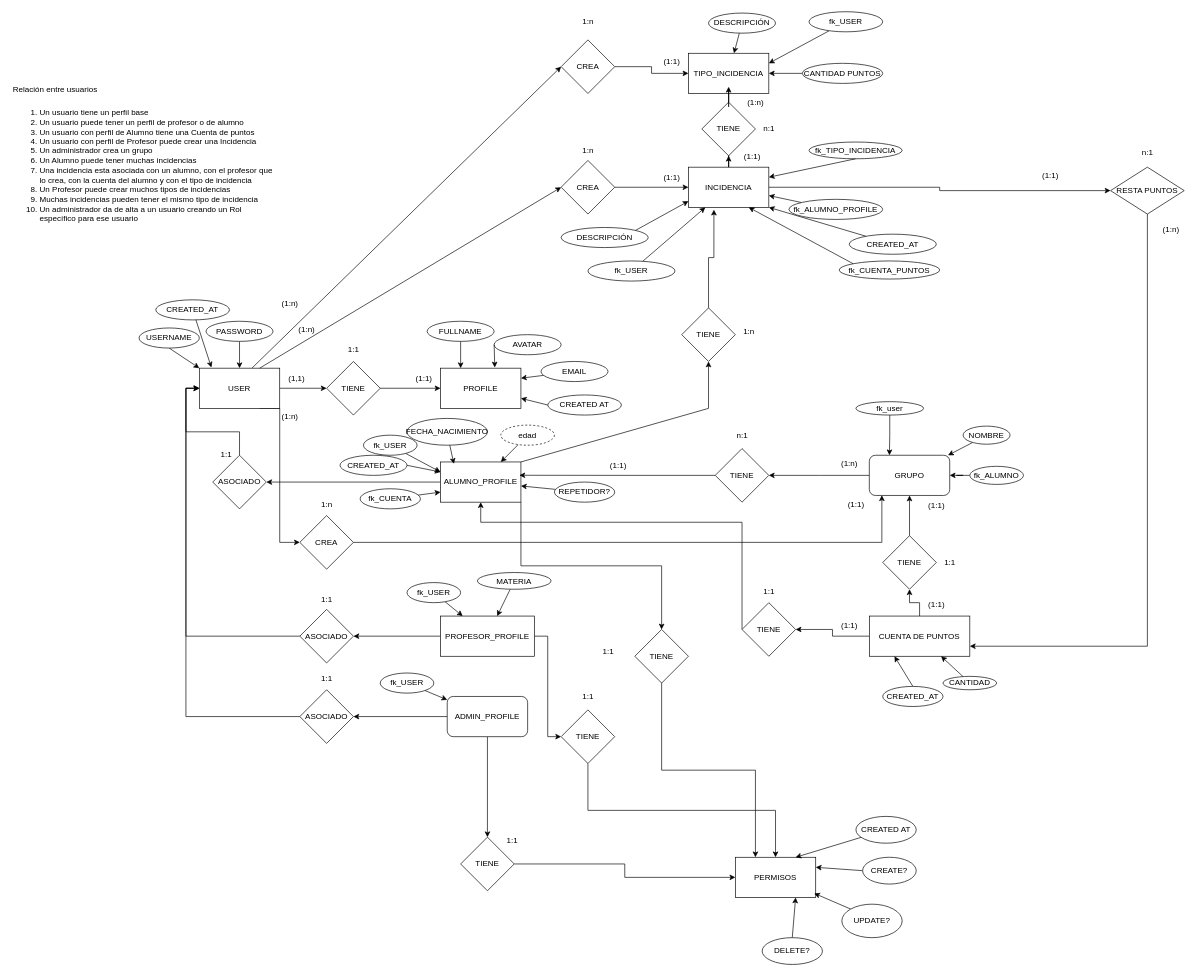
This is DIAGRAMA-CARNET-PUNTOS.drawio from V4l3ntino/api-carnet-puntos, a draw.io file, before an edit. Source tidied: cells renumbered, new cells numbered last; positions are measured from the earlier drawing's top-left corner, leaving out a move shared by most shapes. Both pictures are drawn from the tidied source at 67%, with x=0, y=0 at pixel (11, 11).
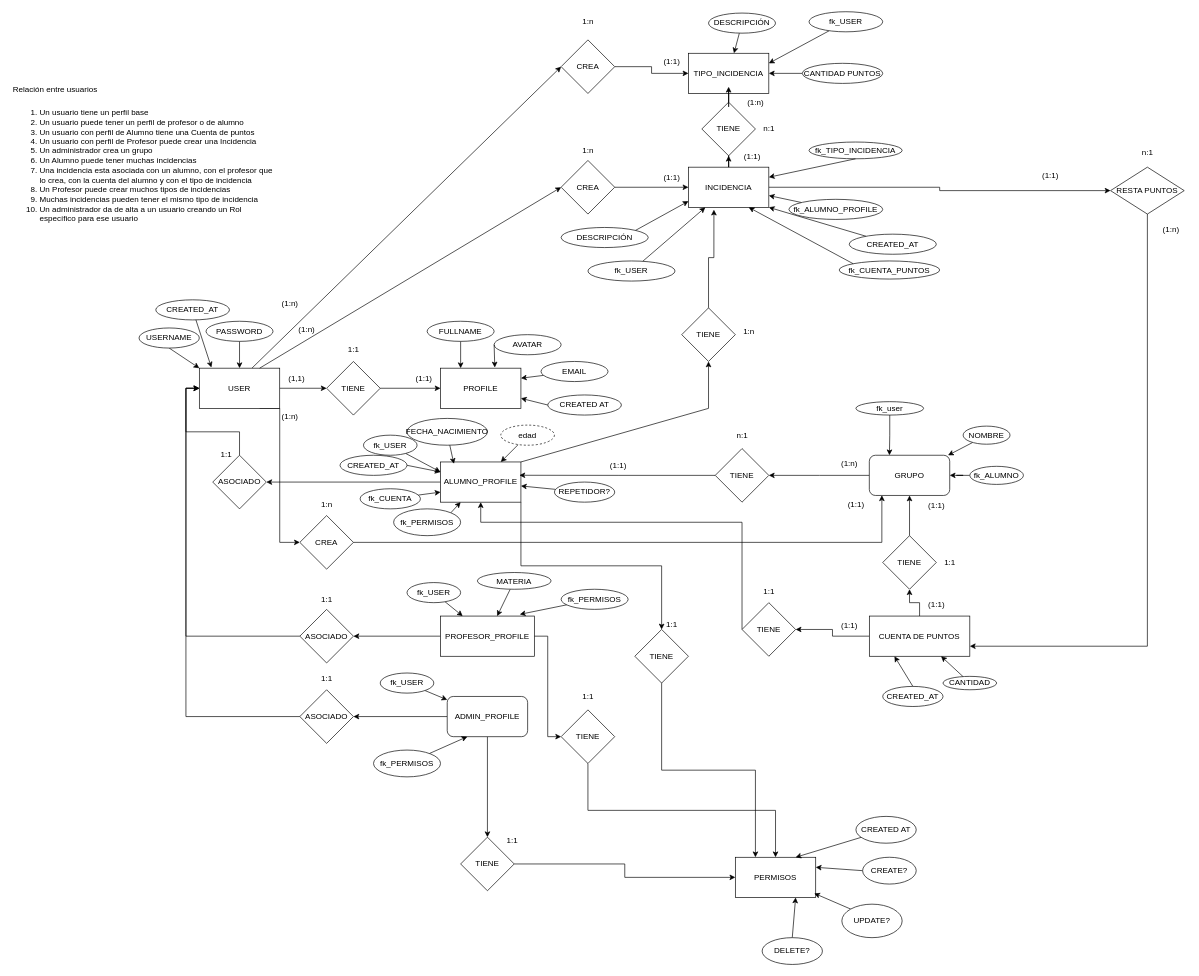
The same diagram, later.

Commit message:
Vinculo los distintos profiles al user y los permisos a los profiles

The change refers to these unchanged cells:
```xml
<mxCell id="25" value="ALUMNO_PROFILE" style="whiteSpace=wrap;html=1;" parent="1" vertex="1">
  <mxGeometry x="640" y="672" width="120" height="60" as="geometry" />
</mxCell>
<mxCell id="28" value="PROFESOR_PROFILE" style="whiteSpace=wrap;html=1;" parent="1" vertex="1">
  <mxGeometry x="640" y="902" width="140" height="60" as="geometry" />
</mxCell>
<mxCell id="41" value="ADMIN_PROFILE" style="rounded=1;whiteSpace=wrap;html=1;" parent="1" vertex="1">
  <mxGeometry x="650" y="1022" width="120" height="60" as="geometry" />
</mxCell>
```

Change to the diagram source:
```diff
@@
     <mxCell id="151" value="1:1" style="text;html=1;align=center;verticalAlign=middle;strokeColor=none;fillColor=none;" parent="1" vertex="1">
-      <mxGeometry x="870" y="940" width="40" height="30" as="geometry" />
+      <mxGeometry x="965" y="900" width="40" height="30" as="geometry" />
     </mxCell>
@@
+    <mxCell id="163" style="rounded=0;jettySize=auto;html=1;entryX=0.25;entryY=1;entryDx=0;entryDy=0;" parent="1" edge="1" source="164" target="41">
+      <mxGeometry relative="1" as="geometry" />
+    </mxCell>
+    <mxCell id="164" value="fk_PERMISOS" style="ellipse;whiteSpace=wrap;html=1;" parent="1" vertex="1">
+      <mxGeometry x="540" y="1102" width="100" height="40" as="geometry" />
+    </mxCell>
+    <mxCell id="165" value="fk_PERMISOS" style="ellipse;whiteSpace=wrap;html=1;" parent="1" vertex="1">
+      <mxGeometry x="820" y="862" width="100" height="30" as="geometry" />
+    </mxCell>
+    <mxCell id="166" style="rounded=0;jettySize=auto;html=1;entryX=0.845;entryY=-0.042;entryDx=0;entryDy=0;entryPerimeter=0;" parent="1" edge="1" source="165" target="28">
+      <mxGeometry relative="1" as="geometry" />
+    </mxCell>
+    <mxCell id="167" style="rounded=0;jettySize=auto;html=1;exitX=1;exitY=0;exitDx=0;exitDy=0;entryX=0.25;entryY=1;entryDx=0;entryDy=0;" parent="1" edge="1" source="168" target="25">
+      <mxGeometry relative="1" as="geometry" />
+    </mxCell>
+    <mxCell id="168" value="fk_PERMISOS" style="ellipse;whiteSpace=wrap;html=1;" parent="1" vertex="1">
+      <mxGeometry x="570" y="742" width="100" height="40" as="geometry" />
+    </mxCell>
```
